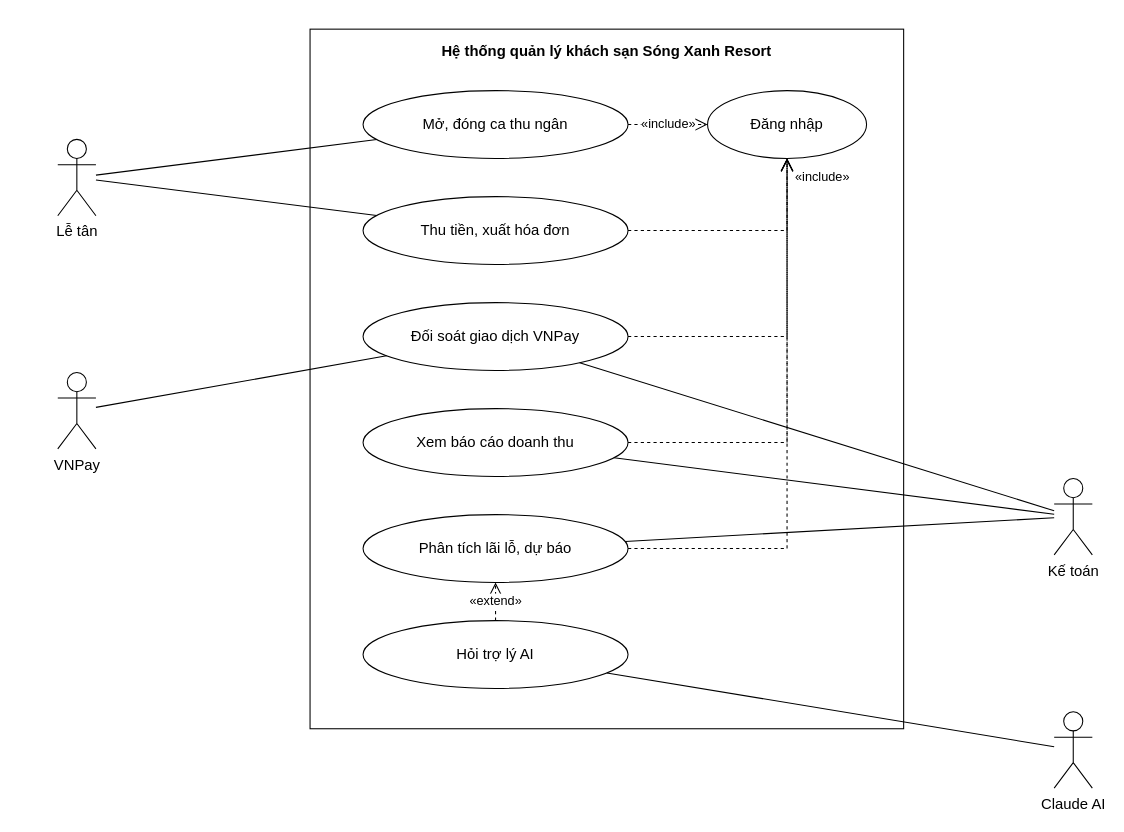
Above: docs/use-case/ucn4-tai-chinh-ke-toan.drawio in ngynquchn2511/beach-hotel (draw.io), before the change. Source tidied: cells renumbered, new cells numbered last; positions are measured from the earlier drawing's top-left corner, leaving out a move shared by most shapes. Both pictures are drawn from the tidied source at 106%, with x=0, y=0 at pixel (57, 29).
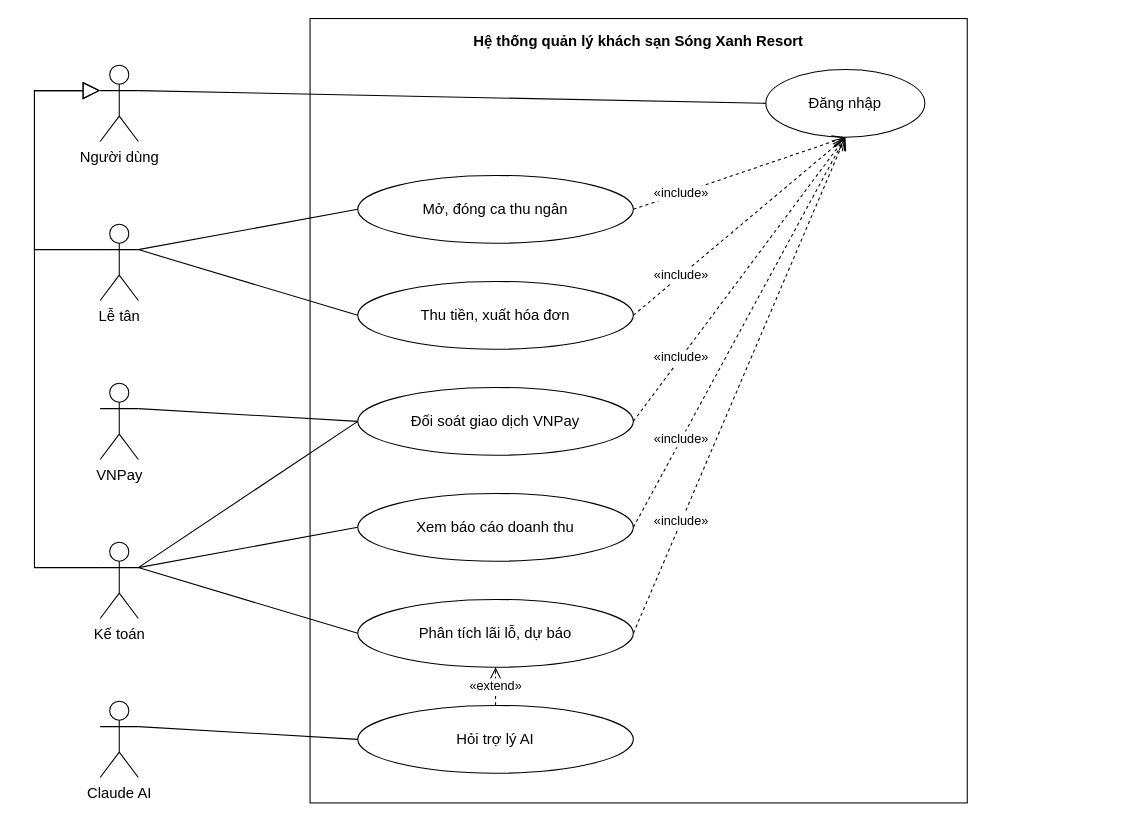
The same diagram, later.

Diff of the diagram source:
```diff
@@
     <mxCell id="2" value="Hệ thống quản lý khách sạn Sóng Xanh Resort" style="fontFamily=Arial;fontColor=#000000;rounded=0;whiteSpace=wrap;html=1;verticalAlign=top;fontStyle=1;fontSize=14;fillColor=none;strokeColor=#000000;spacingTop=6;" parent="1" vertex="1">
-      <mxGeometry x="238" width="560" height="660" as="geometry" />
+      <mxGeometry x="238" y="-10" width="620" height="740" as="geometry" />
     </mxCell>
     <mxCell id="3" value="Mở, đóng ca thu ngân" style="fontFamily=Arial;fontColor=#000000;ellipse;whiteSpace=wrap;html=1;fillColor=#FFFFFF;strokeColor=#000000;fontSize=14;" parent="1" vertex="1">
-      <mxGeometry x="288" y="58" width="250" height="64" as="geometry" />
+      <mxGeometry x="283" y="138" width="260" height="64" as="geometry" />
     </mxCell>
     <mxCell id="4" value="Thu tiền, xuất hóa đơn" style="fontFamily=Arial;fontColor=#000000;ellipse;whiteSpace=wrap;html=1;fillColor=#FFFFFF;strokeColor=#000000;fontSize=14;" parent="1" vertex="1">
-      <mxGeometry x="288" y="158" width="250" height="64" as="geometry" />
+      <mxGeometry x="283" y="238" width="260" height="64" as="geometry" />
     </mxCell>
     <mxCell id="5" value="Đối soát giao dịch VNPay" style="fontFamily=Arial;fontColor=#000000;ellipse;whiteSpace=wrap;html=1;fillColor=#FFFFFF;strokeColor=#000000;fontSize=14;" parent="1" vertex="1">
-      <mxGeometry x="288" y="258" width="250" height="64" as="geometry" />
+      <mxGeometry x="283" y="338" width="260" height="64" as="geometry" />
     </mxCell>
     <mxCell id="6" value="Xem báo cáo doanh thu" style="fontFamily=Arial;fontColor=#000000;ellipse;whiteSpace=wrap;html=1;fillColor=#FFFFFF;strokeColor=#000000;fontSize=14;" parent="1" vertex="1">
-      <mxGeometry x="288" y="358" width="250" height="64" as="geometry" />
+      <mxGeometry x="283" y="438" width="260" height="64" as="geometry" />
     </mxCell>
     <mxCell id="7" value="Phân tích lãi lỗ, dự báo" style="fontFamily=Arial;fontColor=#000000;ellipse;whiteSpace=wrap;html=1;fillColor=#FFFFFF;strokeColor=#000000;fontSize=14;" parent="1" vertex="1">
-      <mxGeometry x="288" y="458" width="250" height="64" as="geometry" />
+      <mxGeometry x="283" y="538" width="260" height="64" as="geometry" />
     </mxCell>
     <mxCell id="8" value="Hỏi trợ lý AI" style="fontFamily=Arial;fontColor=#000000;ellipse;whiteSpace=wrap;html=1;fillColor=#FFFFFF;strokeColor=#000000;fontSize=14;" parent="1" vertex="1">
-      <mxGeometry x="288" y="558" width="250" height="64" as="geometry" />
+      <mxGeometry x="283" y="638" width="260" height="64" as="geometry" />
     </mxCell>
     <mxCell id="9" value="Đăng nhập" style="fontFamily=Arial;fontColor=#000000;ellipse;whiteSpace=wrap;html=1;fillColor=#FFFFFF;strokeColor=#000000;fontSize=14;" parent="1" vertex="1">
-      <mxGeometry x="613" y="58" width="150" height="64" as="geometry" />
+      <mxGeometry x="668" y="38" width="150" height="64" as="geometry" />
     </mxCell>
-    <mxCell id="10" value="«include»" style="fontFamily=Arial;fontColor=#000000;endArrow=open;endSize=10;dashed=1;html=1;strokeColor=#000000;rounded=0;fontSize=12;labelBackgroundColor=#FFFFFF;exitX=1;exitY=0.5;exitDx=0;exitDy=0;exitPerimeter=0;entryX=0;entryY=0.5;entryDx=0;entryDy=0;entryPerimeter=0;" parent="1" edge="1" source="3" target="9">
-      <mxGeometry relative="1" as="geometry" />
-    </mxCell>
+    <mxCell id="28" value="Người dùng" style="fontFamily=Arial;fontColor=#000000;shape=umlActor;verticalLabelPosition=bottom;verticalAlign=top;html=1;outlineConnect=0;fillColor=#FFFFFF;strokeColor=#000000;fontSize=14;" parent="1" vertex="1">
+      <mxGeometry x="40" y="34" width="36" height="72" as="geometry" />
+    </mxCell>
-    <mxCell id="11" style="fontFamily=Arial;fontColor=#000000;endArrow=open;endSize=10;dashed=1;html=1;strokeColor=#000000;rounded=0;fontSize=12;labelBackgroundColor=#FFFFFF;exitX=1;exitY=0.5;exitDx=0;exitDy=0;exitPerimeter=0;entryX=0.5;entryY=1;entryDx=0;entryDy=0;entryPerimeter=0;" parent="1" edge="1" source="4" target="9">
-      <mxGeometry relative="1" as="geometry">
-        <Array as="points">
-          <mxPoint x="688" y="190" />
-        </Array>
-      </mxGeometry>
+    <mxCell id="11" style="fontFamily=Arial;fontColor=#000000;endArrow=none;html=1;strokeColor=#000000;rounded=0;exitX=1;exitY=0.333;exitDx=0;exitDy=0;exitPerimeter=0;entryX=0;entryY=0.5;entryDx=0;entryDy=0;entryPerimeter=0;" parent="1" edge="1" source="28" target="9">
+      <mxGeometry relative="1" as="geometry" />
     </mxCell>
-    <mxCell id="12" style="fontFamily=Arial;fontColor=#000000;endArrow=open;endSize=10;dashed=1;html=1;strokeColor=#000000;rounded=0;fontSize=12;labelBackgroundColor=#FFFFFF;exitX=1;exitY=0.5;exitDx=0;exitDy=0;exitPerimeter=0;entryX=0.5;entryY=1;entryDx=0;entryDy=0;entryPerimeter=0;" parent="1" edge="1" source="5" target="9">
-      <mxGeometry relative="1" as="geometry">
-        <Array as="points">
-          <mxPoint x="688" y="290" />
-        </Array>
-      </mxGeometry>
-    </mxCell>
-    <mxCell id="13" style="fontFamily=Arial;fontColor=#000000;endArrow=open;endSize=10;dashed=1;html=1;strokeColor=#000000;rounded=0;fontSize=12;labelBackgroundColor=#FFFFFF;exitX=1;exitY=0.5;exitDx=0;exitDy=0;exitPerimeter=0;entryX=0.5;entryY=1;entryDx=0;entryDy=0;entryPerimeter=0;" parent="1" edge="1" source="6" target="9">
-      <mxGeometry relative="1" as="geometry">
-        <Array as="points">
-          <mxPoint x="688" y="390" />
-        </Array>
-      </mxGeometry>
-    </mxCell>
-    <mxCell id="14" style="fontFamily=Arial;fontColor=#000000;endArrow=open;endSize=10;dashed=1;html=1;strokeColor=#000000;rounded=0;fontSize=12;labelBackgroundColor=#FFFFFF;exitX=1;exitY=0.5;exitDx=0;exitDy=0;exitPerimeter=0;entryX=0.5;entryY=1;entryDx=0;entryDy=0;entryPerimeter=0;" parent="1" edge="1" source="7" target="9">
-      <mxGeometry relative="1" as="geometry">
-        <Array as="points">
-          <mxPoint x="688" y="490" />
-        </Array>
-      </mxGeometry>
-    </mxCell>
-    <mxCell id="15" value="«include»" style="fontFamily=Arial;fontColor=#000000;text;html=1;align=left;verticalAlign=middle;fontSize=12;strokeColor=none;fillColor=none;" parent="1" vertex="1">
-      <mxGeometry x="694" y="130" width="80" height="20" as="geometry" />
-    </mxCell>
     <mxCell id="16" value="Lễ tân" style="fontFamily=Arial;fontColor=#000000;shape=umlActor;verticalLabelPosition=bottom;verticalAlign=top;html=1;outlineConnect=0;fillColor=#FFFFFF;strokeColor=#000000;fontSize=14;" parent="1" vertex="1">
-      <mxGeometry y="104" width="36" height="72" as="geometry" />
+      <mxGeometry x="40" y="184" width="36" height="72" as="geometry" />
     </mxCell>
     <mxCell id="17" value="VNPay" style="fontFamily=Arial;fontColor=#000000;shape=umlActor;verticalLabelPosition=bottom;verticalAlign=top;html=1;outlineConnect=0;fillColor=#FFFFFF;strokeColor=#000000;fontSize=14;" parent="1" vertex="1">
-      <mxGeometry y="324" width="36" height="72" as="geometry" />
+      <mxGeometry x="40" y="334" width="36" height="72" as="geometry" />
     </mxCell>
     <mxCell id="18" value="Kế toán" style="fontFamily=Arial;fontColor=#000000;shape=umlActor;verticalLabelPosition=bottom;verticalAlign=top;html=1;outlineConnect=0;fillColor=#FFFFFF;strokeColor=#000000;fontSize=14;" parent="1" vertex="1">
-      <mxGeometry x="940" y="424" width="36" height="72" as="geometry" />
+      <mxGeometry x="40" y="484" width="36" height="72" as="geometry" />
     </mxCell>
-    <mxCell id="19" value="Claude AI" style="fontFamily=Arial;fontColor=#000000;shape=umlActor;verticalLabelPosition=bottom;verticalAlign=top;html=1;outlineConnect=0;fillColor=#FFFFFF;strokeColor=#000000;fontSize=14;" parent="1" vertex="1">
-      <mxGeometry x="940" y="644" width="36" height="72" as="geometry" />
-    </mxCell>
+    <mxCell id="15" value="Claude AI" style="fontFamily=Arial;fontColor=#000000;shape=umlActor;verticalLabelPosition=bottom;verticalAlign=top;html=1;outlineConnect=0;fillColor=#FFFFFF;strokeColor=#000000;fontSize=14;" parent="1" vertex="1">
+      <mxGeometry x="40" y="634" width="36" height="72" as="geometry" />
+    </mxCell>
+    <mxCell id="29" style="fontFamily=Arial;fontColor=#000000;endArrow=none;html=1;strokeColor=#000000;rounded=0;exitX=1;exitY=0.333;exitDx=0;exitDy=0;exitPerimeter=0;entryX=0;entryY=0.5;entryDx=0;entryDy=0;entryPerimeter=0;" parent="1" edge="1" source="16" target="3">
+      <mxGeometry relative="1" as="geometry" />
+    </mxCell>
+    <mxCell id="30" style="fontFamily=Arial;fontColor=#000000;endArrow=none;html=1;strokeColor=#000000;rounded=0;exitX=1;exitY=0.333;exitDx=0;exitDy=0;exitPerimeter=0;entryX=0;entryY=0.5;entryDx=0;entryDy=0;entryPerimeter=0;" parent="1" edge="1" source="16" target="4">
+      <mxGeometry relative="1" as="geometry" />
+    </mxCell>
+    <mxCell id="31" style="fontFamily=Arial;fontColor=#000000;endArrow=none;html=1;strokeColor=#000000;rounded=0;exitX=1;exitY=0.333;exitDx=0;exitDy=0;exitPerimeter=0;entryX=0;entryY=0.5;entryDx=0;entryDy=0;entryPerimeter=0;" parent="1" edge="1" source="17" target="5">
+      <mxGeometry relative="1" as="geometry" />
+    </mxCell>
+    <mxCell id="32" style="fontFamily=Arial;fontColor=#000000;endArrow=none;html=1;strokeColor=#000000;rounded=0;exitX=1;exitY=0.333;exitDx=0;exitDy=0;exitPerimeter=0;entryX=0;entryY=0.5;entryDx=0;entryDy=0;entryPerimeter=0;" parent="1" edge="1" source="18" target="5">
+      <mxGeometry relative="1" as="geometry" />
+    </mxCell>
-    <mxCell id="20" style="fontFamily=Arial;fontColor=#000000;endArrow=none;html=1;strokeColor=#000000;rounded=0;" parent="1" edge="1" source="16" target="3">
+    <mxCell id="20" style="fontFamily=Arial;fontColor=#000000;endArrow=none;html=1;strokeColor=#000000;rounded=0;exitX=1;exitY=0.333;exitDx=0;exitDy=0;exitPerimeter=0;entryX=0;entryY=0.5;entryDx=0;entryDy=0;entryPerimeter=0;" parent="1" edge="1" source="18" target="6">
       <mxGeometry relative="1" as="geometry" />
     </mxCell>
-    <mxCell id="21" style="fontFamily=Arial;fontColor=#000000;endArrow=none;html=1;strokeColor=#000000;rounded=0;" parent="1" edge="1" source="16" target="4">
+    <mxCell id="21" style="fontFamily=Arial;fontColor=#000000;endArrow=none;html=1;strokeColor=#000000;rounded=0;exitX=1;exitY=0.333;exitDx=0;exitDy=0;exitPerimeter=0;entryX=0;entryY=0.5;entryDx=0;entryDy=0;entryPerimeter=0;" parent="1" edge="1" source="18" target="7">
       <mxGeometry relative="1" as="geometry" />
     </mxCell>
-    <mxCell id="22" style="fontFamily=Arial;fontColor=#000000;endArrow=none;html=1;strokeColor=#000000;rounded=0;" parent="1" edge="1" source="18" target="6">
+    <mxCell id="22" style="fontFamily=Arial;fontColor=#000000;endArrow=none;html=1;strokeColor=#000000;rounded=0;exitX=1;exitY=0.333;exitDx=0;exitDy=0;exitPerimeter=0;entryX=0;entryY=0.5;entryDx=0;entryDy=0;entryPerimeter=0;" parent="1" edge="1" source="15" target="8">
       <mxGeometry relative="1" as="geometry" />
     </mxCell>
-    <mxCell id="23" style="fontFamily=Arial;fontColor=#000000;endArrow=none;html=1;strokeColor=#000000;rounded=0;" parent="1" edge="1" source="18" target="5">
-      <mxGeometry relative="1" as="geometry" />
+    <mxCell id="23" style="fontFamily=Arial;fontColor=#000000;endArrow=block;endSize=14;endFill=0;html=1;strokeColor=#000000;rounded=0;exitX=0;exitY=0.333;exitDx=0;exitDy=0;exitPerimeter=0;entryX=0;entryY=0.333;entryDx=0;entryDy=0;entryPerimeter=0;" parent="1" edge="1" source="16" target="28">
+      <mxGeometry relative="1" as="geometry">
+        <Array as="points">
+          <mxPoint x="-22" y="208" />
+          <mxPoint x="-22" y="58" />
+        </Array>
+      </mxGeometry>
     </mxCell>
-    <mxCell id="24" style="fontFamily=Arial;fontColor=#000000;endArrow=none;html=1;strokeColor=#000000;rounded=0;" parent="1" edge="1" source="18" target="7">
-      <mxGeometry relative="1" as="geometry" />
+    <mxCell id="24" style="fontFamily=Arial;fontColor=#000000;endArrow=block;endSize=14;endFill=0;html=1;strokeColor=#000000;rounded=0;exitX=0;exitY=0.333;exitDx=0;exitDy=0;exitPerimeter=0;entryX=0;entryY=0.333;entryDx=0;entryDy=0;entryPerimeter=0;" parent="1" edge="1" source="18" target="28">
+      <mxGeometry relative="1" as="geometry">
+        <Array as="points">
+          <mxPoint x="-22" y="508" />
+          <mxPoint x="-22" y="58" />
+        </Array>
+      </mxGeometry>
     </mxCell>
-    <mxCell id="25" style="fontFamily=Arial;fontColor=#000000;endArrow=none;html=1;strokeColor=#000000;rounded=0;" parent="1" edge="1" source="17" target="5">
-      <mxGeometry relative="1" as="geometry" />
+    <mxCell id="25" value="«include»" style="fontFamily=Arial;fontColor=#000000;endArrow=open;endSize=10;dashed=1;html=1;strokeColor=#000000;rounded=0;fontSize=12;labelBackgroundColor=#FFFFFF;exitX=1;exitY=0.5;exitDx=0;exitDy=0;exitPerimeter=0;entryX=0.5;entryY=1;entryDx=0;entryDy=0;entryPerimeter=0;" parent="1" edge="1" source="3" target="9">
+      <mxGeometry x="-0.55" relative="1" as="geometry" />
     </mxCell>
-    <mxCell id="26" style="fontFamily=Arial;fontColor=#000000;endArrow=none;html=1;strokeColor=#000000;rounded=0;" parent="1" edge="1" source="19" target="8">
-      <mxGeometry relative="1" as="geometry" />
+    <mxCell id="26" value="«include»" style="fontFamily=Arial;fontColor=#000000;endArrow=open;endSize=10;dashed=1;html=1;strokeColor=#000000;rounded=0;fontSize=12;labelBackgroundColor=#FFFFFF;exitX=1;exitY=0.5;exitDx=0;exitDy=0;exitPerimeter=0;entryX=0.5;entryY=1;entryDx=0;entryDy=0;entryPerimeter=0;" parent="1" edge="1" source="4" target="9">
+      <mxGeometry x="-0.55" relative="1" as="geometry" />
     </mxCell>
-    <mxCell id="27" value="«extend»" style="fontFamily=Arial;fontColor=#000000;endArrow=open;endSize=10;dashed=1;html=1;strokeColor=#000000;rounded=0;fontSize=12;labelBackgroundColor=#FFFFFF;exitX=0.5;exitY=0;exitDx=0;exitDy=0;exitPerimeter=0;entryX=0.5;entryY=1;entryDx=0;entryDy=0;entryPerimeter=0;" parent="1" edge="1" source="8" target="7">
-      <mxGeometry relative="1" as="geometry" />
+    <mxCell id="27" value="«include»" style="fontFamily=Arial;fontColor=#000000;endArrow=open;endSize=10;dashed=1;html=1;strokeColor=#000000;rounded=0;fontSize=12;labelBackgroundColor=#FFFFFF;exitX=1;exitY=0.5;exitDx=0;exitDy=0;exitPerimeter=0;entryX=0.5;entryY=1;entryDx=0;entryDy=0;entryPerimeter=0;" parent="1" edge="1" source="5" target="9">
+      <mxGeometry x="-0.55" relative="1" as="geometry" />
     </mxCell>
+    <mxCell id="13" value="«include»" style="fontFamily=Arial;fontColor=#000000;endArrow=open;endSize=10;dashed=1;html=1;strokeColor=#000000;rounded=0;fontSize=12;labelBackgroundColor=#FFFFFF;exitX=1;exitY=0.5;exitDx=0;exitDy=0;exitPerimeter=0;entryX=0.5;entryY=1;entryDx=0;entryDy=0;entryPerimeter=0;" parent="1" edge="1" source="6" target="9">
+      <mxGeometry x="-0.55" relative="1" as="geometry" />
+    </mxCell>
+    <mxCell id="14" value="«include»" style="fontFamily=Arial;fontColor=#000000;endArrow=open;endSize=10;dashed=1;html=1;strokeColor=#000000;rounded=0;fontSize=12;labelBackgroundColor=#FFFFFF;exitX=1;exitY=0.5;exitDx=0;exitDy=0;exitPerimeter=0;entryX=0.5;entryY=1;entryDx=0;entryDy=0;entryPerimeter=0;" parent="1" edge="1" source="7" target="9">
+      <mxGeometry x="-0.55" relative="1" as="geometry" />
+    </mxCell>
+    <mxCell id="33" value="«extend»" style="fontFamily=Arial;fontColor=#000000;endArrow=open;endSize=10;dashed=1;html=1;strokeColor=#000000;rounded=0;fontSize=12;labelBackgroundColor=#FFFFFF;exitX=0.5;exitY=0;exitDx=0;exitDy=0;exitPerimeter=0;entryX=0.5;entryY=1;entryDx=0;entryDy=0;entryPerimeter=0;" parent="1" edge="1" source="8" target="7">
+      <mxGeometry relative="1" as="geometry" />
+    </mxCell>
```
